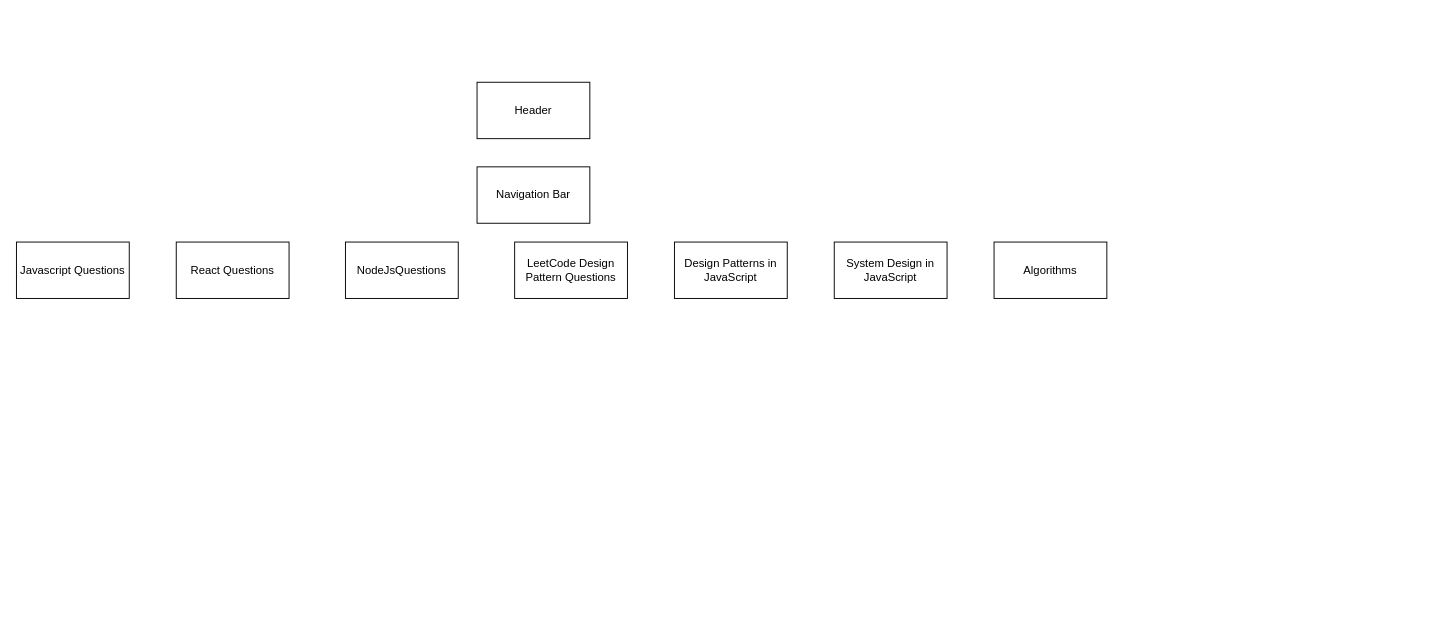
Above: reactQuestionBank.drawio in KaidenCoder/DrawIORepo (draw.io), before the change. Source tidied: cells renumbered, new cells numbered last; positions are measured from the earlier drawing's top-left corner, leaving out a move shared by most shapes. Both pictures are drawn from the tidied source at 94%, with x=0, y=0 at pixel (16, 82).
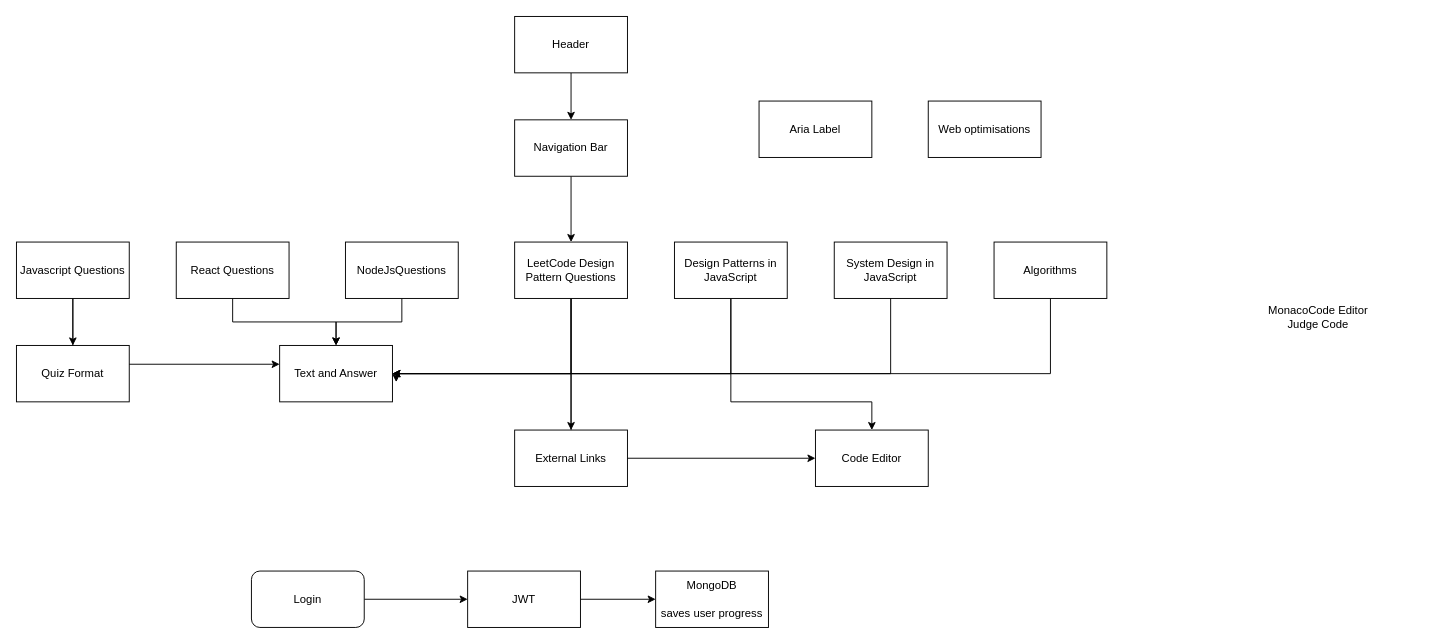
The same page after the edit.

The change refers to these unchanged cells:
```xml
<mxCell id="4" value="Javascript Questions" style="rounded=0;whiteSpace=wrap;html=1;" parent="1" vertex="1">
  <mxGeometry y="170" width="120" height="60" as="geometry" />
</mxCell>
<mxCell id="5" value="React Questions" style="rounded=0;whiteSpace=wrap;html=1;" parent="1" vertex="1">
  <mxGeometry x="170" y="170" width="120" height="60" as="geometry" />
</mxCell>
<mxCell id="6" value="NodeJsQuestions" style="rounded=0;whiteSpace=wrap;html=1;" parent="1" vertex="1">
  <mxGeometry x="350" y="170" width="120" height="60" as="geometry" />
</mxCell>
<mxCell id="7" value="LeetCode Design Pattern Questions" style="rounded=0;whiteSpace=wrap;html=1;" parent="1" vertex="1">
  <mxGeometry x="530" y="170" width="120" height="60" as="geometry" />
</mxCell>
<mxCell id="8" value="Design Patterns in JavaScript" style="rounded=0;whiteSpace=wrap;html=1;" parent="1" vertex="1">
  <mxGeometry x="700" y="170" width="120" height="60" as="geometry" />
</mxCell>
<mxCell id="9" value="System Design in JavaScript" style="rounded=0;whiteSpace=wrap;html=1;" parent="1" vertex="1">
  <mxGeometry x="870" y="170" width="120" height="60" as="geometry" />
</mxCell>
<mxCell id="10" value="Algorithms" style="rounded=0;whiteSpace=wrap;html=1;" parent="1" vertex="1">
  <mxGeometry x="1040" y="170" width="120" height="60" as="geometry" />
</mxCell>
```

What changed in the source:
```diff
@@
+    <mxCell id="11" style="edgeStyle=orthogonalEdgeStyle;rounded=0;jettySize=auto;html=1;" parent="1" edge="1" source="2" target="3">
+      <mxGeometry relative="1" as="geometry" />
+    </mxCell>
     <mxCell id="2" value="Header" style="rounded=0;whiteSpace=wrap;html=1;" parent="1" vertex="1">
-      <mxGeometry x="490" width="120" height="60" as="geometry" />
+      <mxGeometry x="530" y="-70" width="120" height="60" as="geometry" />
     </mxCell>
+    <mxCell id="12" style="edgeStyle=orthogonalEdgeStyle;rounded=0;jettySize=auto;html=1;" parent="1" edge="1" source="3" target="7">
+      <mxGeometry relative="1" as="geometry" />
+    </mxCell>
     <mxCell id="3" value="Navigation Bar" style="rounded=0;whiteSpace=wrap;html=1;" parent="1" vertex="1">
-      <mxGeometry x="490" y="90" width="120" height="60" as="geometry" />
+      <mxGeometry x="530" y="40" width="120" height="60" as="geometry" />
     </mxCell>
+    <mxCell id="13" style="edgeStyle=orthogonalEdgeStyle;rounded=0;jettySize=auto;html=1;entryX=0.5;entryY=0;entryDx=0;entryDy=0;" parent="1" edge="1" source="4" target="23">
+      <mxGeometry relative="1" as="geometry" />
+    </mxCell>
+    <mxCell id="14" style="edgeStyle=orthogonalEdgeStyle;rounded=0;jettySize=auto;html=1;" parent="1" edge="1" source="4" target="24">
+      <mxGeometry relative="1" as="geometry">
+        <Array as="points">
+          <mxPoint x="60" y="300" />
+        </Array>
+      </mxGeometry>
+    </mxCell>
@@
+    <mxCell id="15" style="edgeStyle=orthogonalEdgeStyle;rounded=0;jettySize=auto;html=1;" parent="1" edge="1" source="5" target="24">
+      <mxGeometry relative="1" as="geometry" />
+    </mxCell>
@@
+    <mxCell id="16" style="edgeStyle=orthogonalEdgeStyle;rounded=0;jettySize=auto;html=1;entryX=0.5;entryY=0;entryDx=0;entryDy=0;" parent="1" edge="1" source="6" target="24">
+      <mxGeometry relative="1" as="geometry" />
+    </mxCell>
@@
+    <mxCell id="17" style="edgeStyle=orthogonalEdgeStyle;rounded=0;jettySize=auto;html=1;entryX=1;entryY=0.5;entryDx=0;entryDy=0;" parent="1" edge="1" source="7" target="24">
+      <mxGeometry relative="1" as="geometry">
+        <Array as="points">
+          <mxPoint x="590" y="310" />
+        </Array>
+      </mxGeometry>
+    </mxCell>
+    <mxCell id="18" style="edgeStyle=orthogonalEdgeStyle;rounded=0;jettySize=auto;html=1;" parent="1" edge="1" source="7" target="27">
+      <mxGeometry relative="1" as="geometry" />
+    </mxCell>
+    <mxCell id="19" style="edgeStyle=orthogonalEdgeStyle;rounded=0;jettySize=auto;html=1;" parent="1" edge="1" source="7" target="26">
+      <mxGeometry relative="1" as="geometry">
+        <Array as="points">
+          <mxPoint x="590" y="400" />
+        </Array>
+      </mxGeometry>
+    </mxCell>
@@
+    <mxCell id="20" style="edgeStyle=orthogonalEdgeStyle;rounded=0;jettySize=auto;html=1;entryX=1;entryY=0.5;entryDx=0;entryDy=0;" parent="1" edge="1" source="8" target="24">
+      <mxGeometry relative="1" as="geometry">
+        <Array as="points">
+          <mxPoint x="760" y="310" />
+        </Array>
+      </mxGeometry>
+    </mxCell>
+    <mxCell id="21" style="edgeStyle=orthogonalEdgeStyle;rounded=0;jettySize=auto;html=1;" parent="1" edge="1" source="8" target="26">
+      <mxGeometry relative="1" as="geometry">
+        <Array as="points">
+          <mxPoint x="760" y="340" />
+          <mxPoint x="910" y="340" />
+        </Array>
+      </mxGeometry>
+    </mxCell>
@@
+    <mxCell id="22" style="edgeStyle=orthogonalEdgeStyle;rounded=0;jettySize=auto;html=1;entryX=1;entryY=0.5;entryDx=0;entryDy=0;" parent="1" edge="1" source="10" target="24">
+      <mxGeometry relative="1" as="geometry">
+        <Array as="points">
+          <mxPoint x="1100" y="310" />
+        </Array>
+      </mxGeometry>
+    </mxCell>
@@
+    <mxCell id="23" value="Quiz Format" style="rounded=0;whiteSpace=wrap;html=1;" parent="1" vertex="1">
+      <mxGeometry y="280" width="120" height="60" as="geometry" />
+    </mxCell>
+    <mxCell id="24" value="Text and Answer" style="rounded=0;whiteSpace=wrap;html=1;" parent="1" vertex="1">
+      <mxGeometry x="280" y="280" width="120" height="60" as="geometry" />
+    </mxCell>
+    <mxCell id="25" style="edgeStyle=orthogonalEdgeStyle;rounded=0;jettySize=auto;html=1;entryX=1.033;entryY=0.65;entryDx=0;entryDy=0;entryPerimeter=0;" parent="1" edge="1" source="9" target="24">
+      <mxGeometry relative="1" as="geometry">
+        <Array as="points">
+          <mxPoint x="930" y="310" />
+          <mxPoint x="404" y="310" />
+        </Array>
+      </mxGeometry>
+    </mxCell>
+    <mxCell id="26" value="Code Editor" style="rounded=0;whiteSpace=wrap;html=1;" parent="1" vertex="1">
+      <mxGeometry x="850" y="370" width="120" height="60" as="geometry" />
+    </mxCell>
+    <mxCell id="27" value="External Links" style="rounded=0;whiteSpace=wrap;html=1;" parent="1" vertex="1">
+      <mxGeometry x="530" y="370" width="120" height="60" as="geometry" />
+    </mxCell>
+    <mxCell id="28" style="edgeStyle=orthogonalEdgeStyle;rounded=0;jettySize=auto;html=1;" parent="1" edge="1" source="29" target="31">
+      <mxGeometry relative="1" as="geometry" />
+    </mxCell>
+    <mxCell id="29" value="Login" style="rounded=1;whiteSpace=wrap;html=1;" parent="1" vertex="1">
+      <mxGeometry x="250" y="520" width="120" height="60" as="geometry" />
+    </mxCell>
+    <mxCell id="30" style="edgeStyle=orthogonalEdgeStyle;rounded=0;jettySize=auto;html=1;" parent="1" edge="1" source="31" target="32">
+      <mxGeometry relative="1" as="geometry" />
+    </mxCell>
+    <mxCell id="31" value="JWT" style="rounded=0;whiteSpace=wrap;html=1;" parent="1" vertex="1">
+      <mxGeometry x="480" y="520" width="120" height="60" as="geometry" />
+    </mxCell>
+    <mxCell id="32" value="MongoDB&lt;div&gt;&lt;br&gt;&lt;/div&gt;&lt;div&gt;saves user progress&lt;/div&gt;" style="rounded=0;whiteSpace=wrap;html=1;" parent="1" vertex="1">
+      <mxGeometry x="680" y="520" width="120" height="60" as="geometry" />
+    </mxCell>
+    <mxCell id="33" value="Aria Label" style="rounded=0;whiteSpace=wrap;html=1;" parent="1" vertex="1">
+      <mxGeometry x="790" y="20" width="120" height="60" as="geometry" />
+    </mxCell>
+    <mxCell id="34" value="Web optimisations" style="rounded=0;whiteSpace=wrap;html=1;" parent="1" vertex="1">
+      <mxGeometry x="970" y="20" width="120" height="60" as="geometry" />
+    </mxCell>
+    <mxCell id="35" value="MonacoCode Editor&lt;div&gt;Judge Code&lt;/div&gt;" style="text;html=1;align=center;verticalAlign=middle;whiteSpace=wrap;rounded=0;" parent="1" vertex="1">
+      <mxGeometry x="1260" y="80" width="250" height="340" as="geometry" />
+    </mxCell>
```
